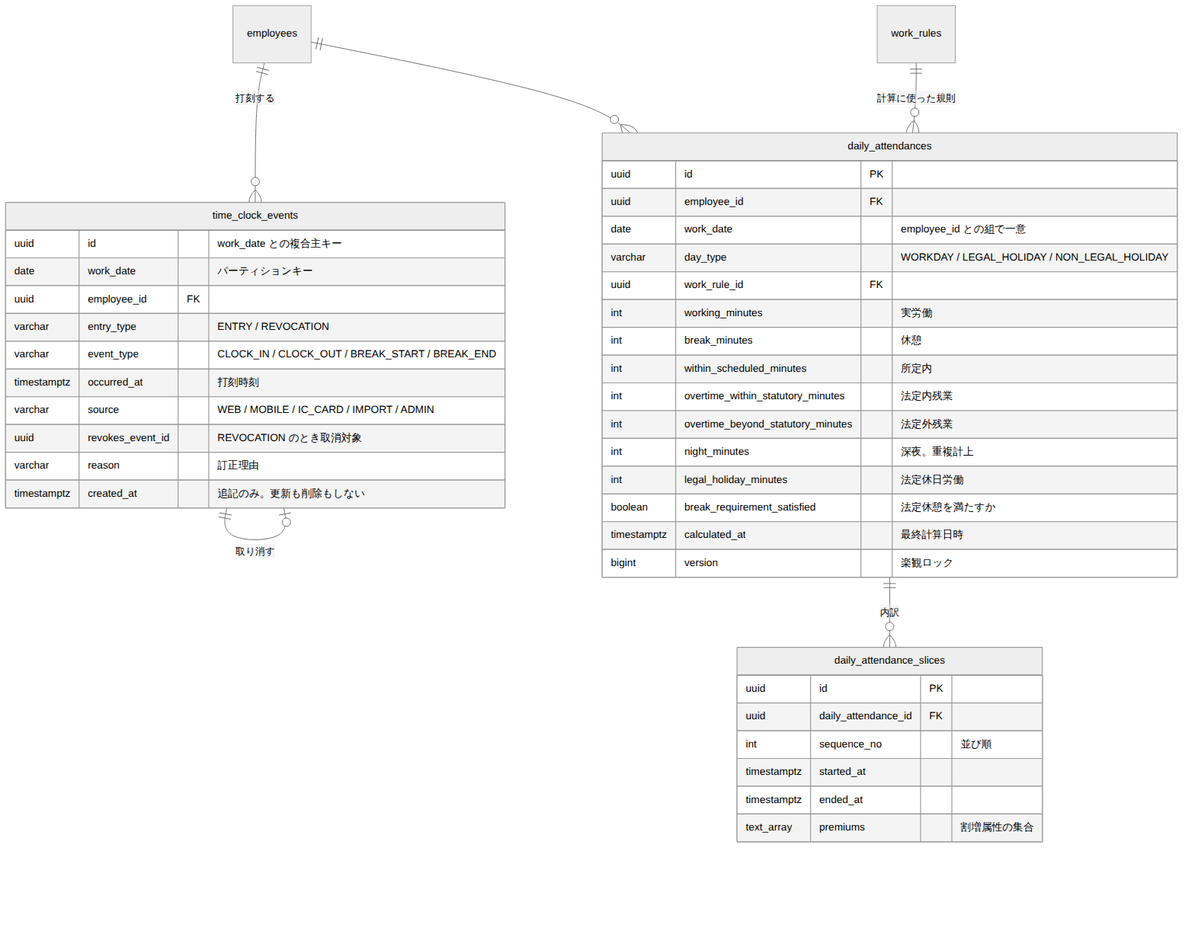
masaki-i02/newJavaProject keeps this Mermaid diagram as doc/02_詳細設計/03_勤怠_打刻と日次集計/images/ER図.png. Above is the earlier version. Its source is kept beside it as doc/02_詳細設計/03_勤怠_打刻と日次集計/diagrams/ER図.mmd. The source it was exported from:
```mermaid
erDiagram
    employees ||--o{ time_clock_events : "打刻する"
    time_clock_events ||--o| time_clock_events : "取り消す"
    employees ||--o{ daily_attendances : ""
    work_rules ||--o{ daily_attendances : "計算に使った規則"
    daily_attendances ||--o{ daily_attendance_slices : "内訳"

    time_clock_events {
        uuid id "work_date との複合主キー"
        date work_date "パーティションキー"
        uuid employee_id FK
        varchar entry_type "ENTRY / REVOCATION"
        varchar event_type "CLOCK_IN / CLOCK_OUT / BREAK_START / BREAK_END"
        timestamptz occurred_at "打刻時刻"
        varchar source "WEB / MOBILE / IC_CARD / IMPORT / ADMIN"
        uuid revokes_event_id "REVOCATION のとき取消対象"
        varchar reason "訂正理由"
        timestamptz created_at "追記のみ。更新も削除もしない"
    }
    daily_attendances {
        uuid id PK
        uuid employee_id FK
        date work_date "employee_id との組で一意"
        varchar day_type "WORKDAY / LEGAL_HOLIDAY / NON_LEGAL_HOLIDAY"
        uuid work_rule_id FK
        int working_minutes "実労働"
        int break_minutes "休憩"
        int within_scheduled_minutes "所定内"
        int overtime_within_statutory_minutes "法定内残業"
        int overtime_beyond_statutory_minutes "法定外残業"
        int night_minutes "深夜。重複計上"
        int legal_holiday_minutes "法定休日労働"
        boolean break_requirement_satisfied "法定休憩を満たすか"
        timestamptz calculated_at "最終計算日時"
        bigint version "楽観ロック"
    }
    daily_attendance_slices {
        uuid id PK
        uuid daily_attendance_id FK
        int sequence_no "並び順"
        timestamptz started_at
        timestamptz ended_at
        text_array premiums "割増属性の集合"
    }
```
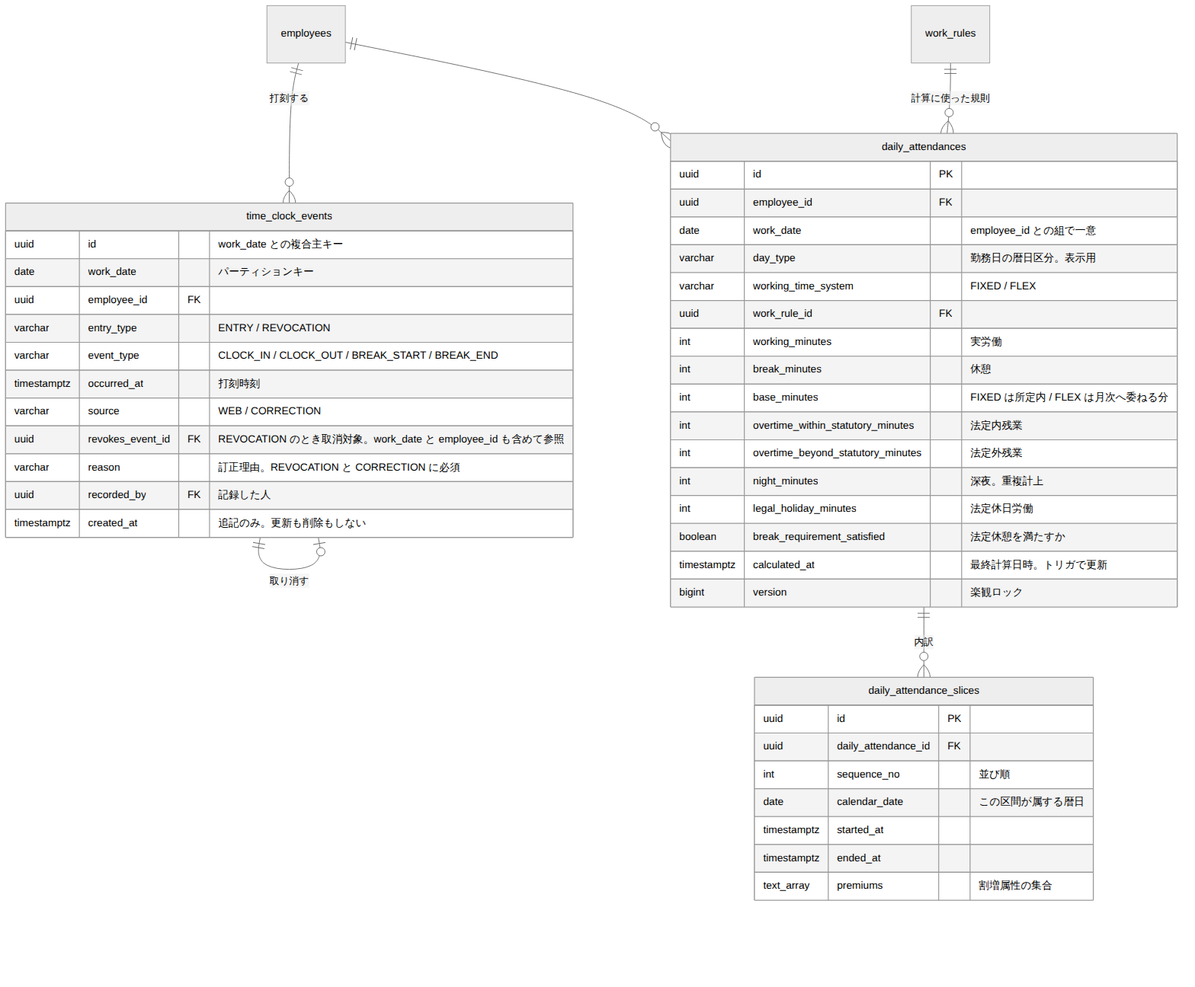
After the commit.

Diff of the diagram source:
```diff
@@ -12,32 +12,35 @@
         varchar entry_type "ENTRY / REVOCATION"
         varchar event_type "CLOCK_IN / CLOCK_OUT / BREAK_START / BREAK_END"
         timestamptz occurred_at "打刻時刻"
-        varchar source "WEB / MOBILE / IC_CARD / IMPORT / ADMIN"
-        uuid revokes_event_id "REVOCATION のとき取消対象"
-        varchar reason "訂正理由"
+        varchar source "WEB / CORRECTION"
+        uuid revokes_event_id FK "REVOCATION のとき取消対象。work_date と employee_id も含めて参照"
+        varchar reason "訂正理由。REVOCATION と CORRECTION に必須"
+        uuid recorded_by FK "記録した人"
         timestamptz created_at "追記のみ。更新も削除もしない"
     }
     daily_attendances {
         uuid id PK
         uuid employee_id FK
         date work_date "employee_id との組で一意"
-        varchar day_type "WORKDAY / LEGAL_HOLIDAY / NON_LEGAL_HOLIDAY"
+        varchar day_type "勤務日の暦日区分。表示用"
+        varchar working_time_system "FIXED / FLEX"
         uuid work_rule_id FK
         int working_minutes "実労働"
         int break_minutes "休憩"
-        int within_scheduled_minutes "所定内"
+        int base_minutes "FIXED は所定内 / FLEX は月次へ委ねる分"
         int overtime_within_statutory_minutes "法定内残業"
         int overtime_beyond_statutory_minutes "法定外残業"
         int night_minutes "深夜。重複計上"
         int legal_holiday_minutes "法定休日労働"
         boolean break_requirement_satisfied "法定休憩を満たすか"
-        timestamptz calculated_at "最終計算日時"
+        timestamptz calculated_at "最終計算日時。トリガで更新"
         bigint version "楽観ロック"
     }
     daily_attendance_slices {
         uuid id PK
         uuid daily_attendance_id FK
         int sequence_no "並び順"
+        date calendar_date "この区間が属する暦日"
         timestamptz started_at
         timestamptz ended_at
         text_array premiums "割増属性の集合"
```
